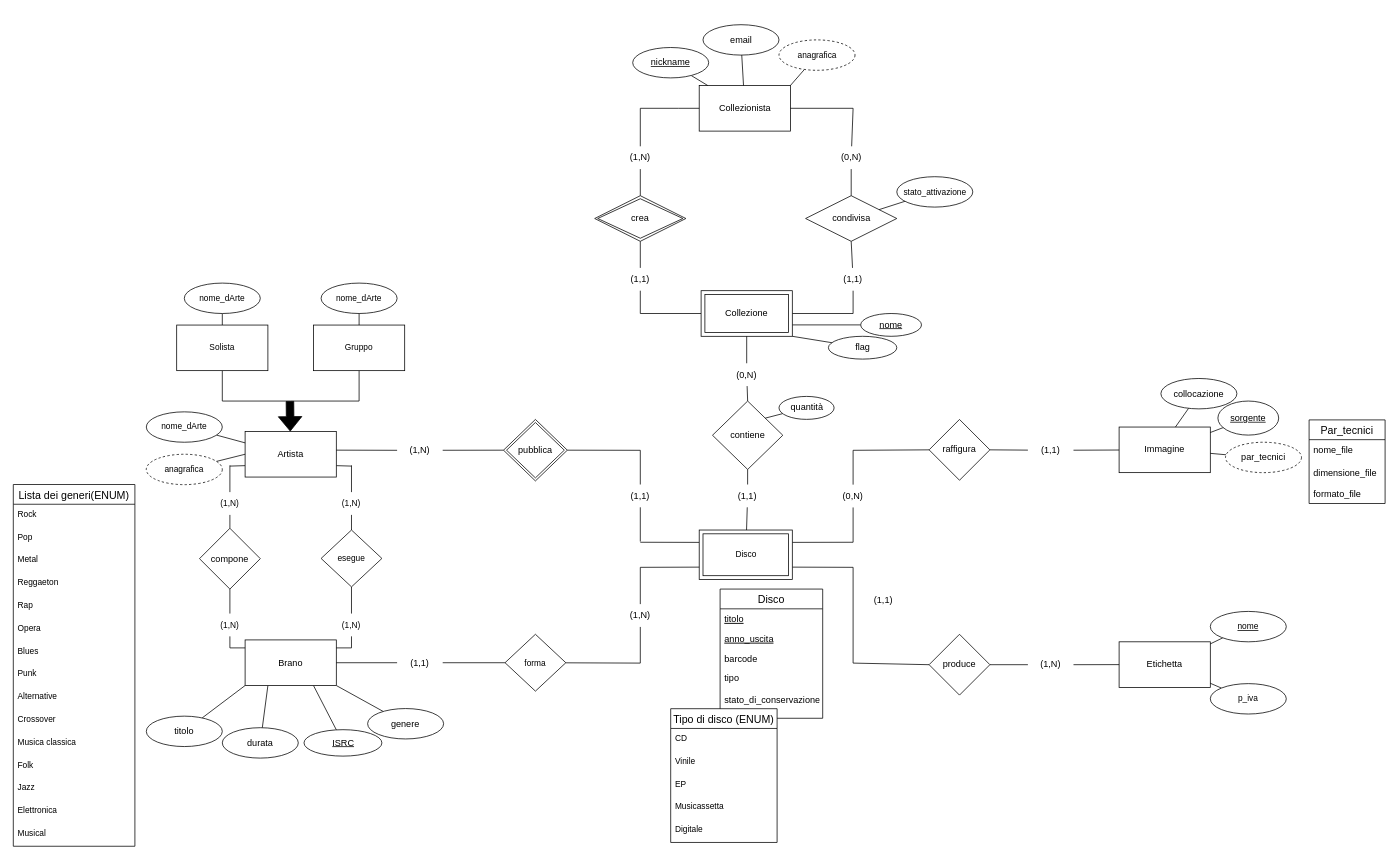
Before: page "Iniziale" (1 of 2) of Collectors_ER.drawio in jessvzz/progetto_collezionisti, a draw.io diagram. Source tidied: cells renumbered, new cells numbered last; positions are measured from the earlier drawing's top-left corner, leaving out a move shared by most shapes. Both pictures are drawn from the tidied source at 76%, with x=0, y=0 at pixel (13, 24).
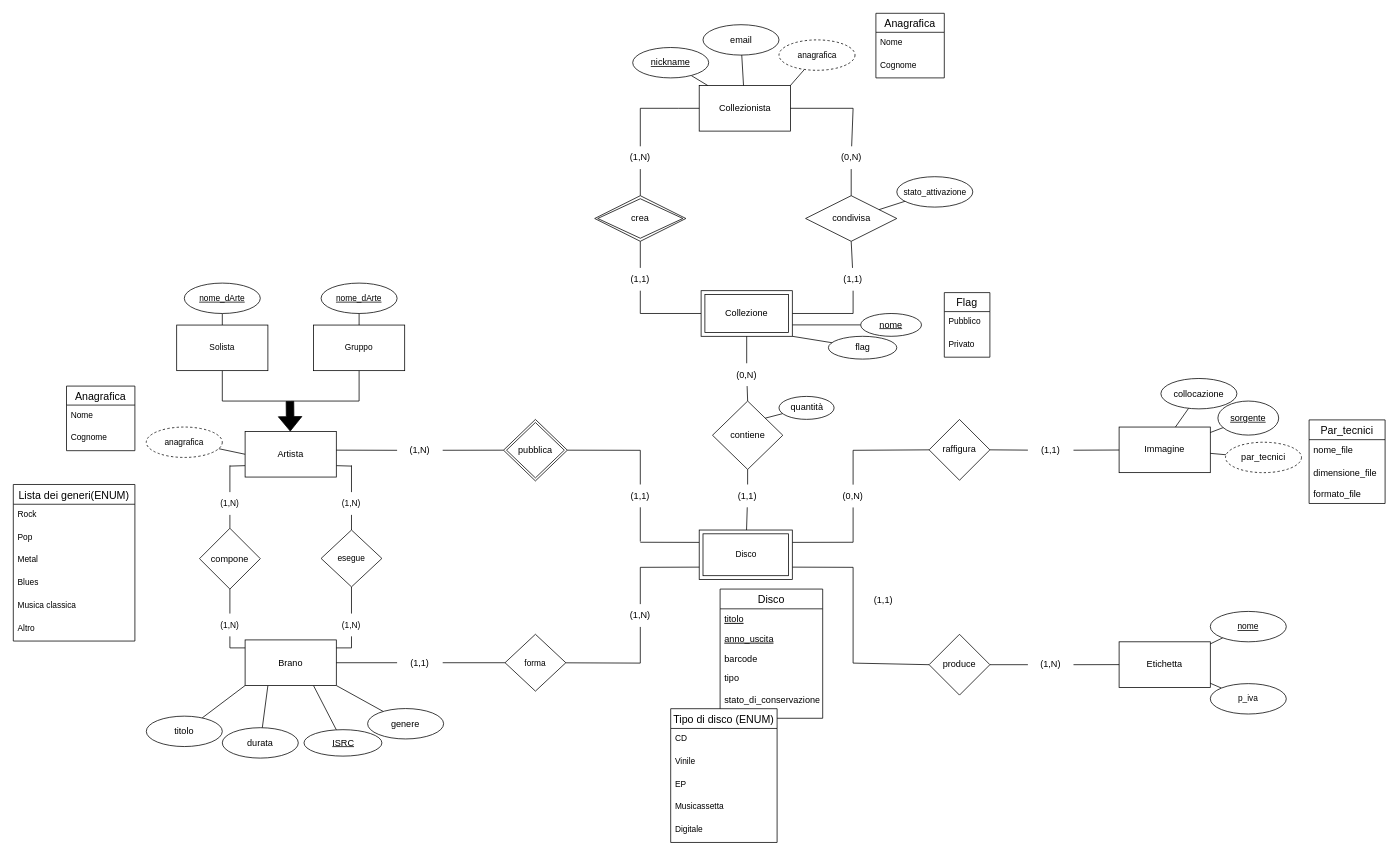
Above is the later version.

Unchanged cells that the change refers to:
```xml
<mxCell id="46" value="Artista" style="rounded=0;whiteSpace=wrap;html=1;" parent="1" vertex="1">
  <mxGeometry x="305" y="535.2" width="120" height="60" as="geometry" />
</mxCell>
```

What changed in the source:
```diff
@@
-    <mxCell id="55" value="nome_dArte" style="ellipse;whiteSpace=wrap;html=1;align=center;fontFamily=Helvetica;fontSize=11;fontColor=default;" parent="1" vertex="1">
+    <mxCell id="55" value="nome_dArte" style="ellipse;whiteSpace=wrap;html=1;align=center;fontFamily=Helvetica;fontSize=11;fontColor=default;fontStyle=4;" parent="1" vertex="1">
       <mxGeometry x="225" y="340" width="100" height="40" as="geometry" />
     </mxCell>
@@
     <mxCell id="60" value="Lista dei generi(ENUM)" style="swimlane;fontStyle=0;horizontal=1;startSize=26;align=center;fontSize=14;fontFamily=Helvetica;fontColor=default;" parent="1" vertex="1">
-      <mxGeometry y="605" width="160" height="476" as="geometry" />
+      <mxGeometry y="605" width="160" height="206" as="geometry" />
     </mxCell>
@@
-    <mxCell id="64" value="Reggaeton" style="text;strokeColor=none;fillColor=none;spacingLeft=4;spacingRight=4;overflow=hidden;fontSize=11;fontFamily=Helvetica;fontColor=default;" parent="60" vertex="1">
-      <mxGeometry y="116" width="160" height="30" as="geometry" />
-    </mxCell>
-    <mxCell id="65" value="Rap" style="text;strokeColor=none;fillColor=none;spacingLeft=4;spacingRight=4;overflow=hidden;fontSize=11;fontFamily=Helvetica;fontColor=default;" parent="60" vertex="1">
-      <mxGeometry y="146" width="160" height="30" as="geometry" />
-    </mxCell>
-    <mxCell id="66" value="Opera" style="text;strokeColor=none;fillColor=none;spacingLeft=4;spacingRight=4;overflow=hidden;fontSize=11;fontFamily=Helvetica;fontColor=default;" parent="60" vertex="1">
-      <mxGeometry y="176" width="160" height="30" as="geometry" />
-    </mxCell>
     <mxCell id="67" value="Blues" style="text;strokeColor=none;fillColor=none;spacingLeft=4;spacingRight=4;overflow=hidden;fontSize=11;fontFamily=Helvetica;fontColor=default;" parent="60" vertex="1">
-      <mxGeometry y="206" width="160" height="30" as="geometry" />
+      <mxGeometry y="116" width="160" height="30" as="geometry" />
     </mxCell>
-    <mxCell id="68" value="Punk" style="text;strokeColor=none;fillColor=none;spacingLeft=4;spacingRight=4;overflow=hidden;fontSize=11;fontFamily=Helvetica;fontColor=default;" parent="60" vertex="1">
-      <mxGeometry y="236" width="160" height="30" as="geometry" />
-    </mxCell>
-    <mxCell id="69" value="Alternative" style="text;strokeColor=none;fillColor=none;spacingLeft=4;spacingRight=4;overflow=hidden;fontSize=11;fontFamily=Helvetica;fontColor=default;" parent="60" vertex="1">
-      <mxGeometry y="266" width="160" height="30" as="geometry" />
-    </mxCell>
-    <mxCell id="70" value="Crossover" style="text;strokeColor=none;fillColor=none;spacingLeft=4;spacingRight=4;overflow=hidden;fontSize=11;fontFamily=Helvetica;fontColor=default;" parent="60" vertex="1">
-      <mxGeometry y="296" width="160" height="30" as="geometry" />
-    </mxCell>
     <mxCell id="71" value="Musica classica" style="text;strokeColor=none;fillColor=none;spacingLeft=4;spacingRight=4;overflow=hidden;fontSize=11;fontFamily=Helvetica;fontColor=default;" parent="60" vertex="1">
-      <mxGeometry y="326" width="160" height="30" as="geometry" />
+      <mxGeometry y="146" width="160" height="30" as="geometry" />
     </mxCell>
-    <mxCell id="72" value="Folk" style="text;strokeColor=none;fillColor=none;spacingLeft=4;spacingRight=4;overflow=hidden;fontSize=11;fontFamily=Helvetica;fontColor=default;" parent="60" vertex="1">
-      <mxGeometry y="356" width="160" height="30" as="geometry" />
-    </mxCell>
-    <mxCell id="73" value="Jazz" style="text;strokeColor=none;fillColor=none;spacingLeft=4;spacingRight=4;overflow=hidden;fontSize=11;fontFamily=Helvetica;fontColor=default;" parent="60" vertex="1">
-      <mxGeometry y="386" width="160" height="30" as="geometry" />
-    </mxCell>
-    <mxCell id="74" value="Elettronica" style="text;strokeColor=none;fillColor=none;spacingLeft=4;spacingRight=4;overflow=hidden;fontSize=11;fontFamily=Helvetica;fontColor=default;" parent="60" vertex="1">
-      <mxGeometry y="416" width="160" height="30" as="geometry" />
-    </mxCell>
-    <mxCell id="75" value="Musical" style="text;strokeColor=none;fillColor=none;spacingLeft=4;spacingRight=4;overflow=hidden;fontSize=11;fontFamily=Helvetica;fontColor=default;" parent="60" vertex="1">
-      <mxGeometry y="446" width="160" height="30" as="geometry" />
+    <mxCell id="75" value="Altro" style="text;strokeColor=none;fillColor=none;spacingLeft=4;spacingRight=4;overflow=hidden;fontSize=11;fontFamily=Helvetica;fontColor=default;" parent="60" vertex="1">
+      <mxGeometry y="176" width="160" height="30" as="geometry" />
     </mxCell>
@@
     <mxCell id="86" value="anagrafica" style="ellipse;whiteSpace=wrap;html=1;align=center;dashed=1;fontFamily=Helvetica;fontSize=11;fontColor=default;" parent="1" vertex="1">
-      <mxGeometry x="175" y="565.2" width="100" height="40" as="geometry" />
+      <mxGeometry x="175" y="529.4" width="100" height="40" as="geometry" />
     </mxCell>
@@
-    <mxCell id="96" value="nome_dArte" style="ellipse;whiteSpace=wrap;html=1;align=center;fontFamily=Helvetica;fontSize=11;fontColor=default;" parent="1" vertex="1">
+    <mxCell id="96" value="nome_dArte" style="ellipse;whiteSpace=wrap;html=1;align=center;fontFamily=Helvetica;fontSize=11;fontColor=default;fontStyle=4;" parent="1" vertex="1">
       <mxGeometry x="405" y="340" width="100" height="40" as="geometry" />
     </mxCell>
@@
-    <mxCell id="157" style="edgeStyle=none;shape=connector;rounded=0;sketch=0;jettySize=auto;html=1;entryX=0;entryY=0.25;entryDx=0;entryDy=0;shadow=0;labelBackgroundColor=default;strokeColor=default;fontFamily=Helvetica;fontSize=11;fontColor=default;endArrow=none;endFill=0;elbow=vertical;" parent="1" edge="1" source="158" target="46">
-      <mxGeometry relative="1" as="geometry" />
-    </mxCell>
-    <mxCell id="158" value="nome_dArte" style="ellipse;whiteSpace=wrap;html=1;align=center;fontFamily=Helvetica;fontSize=11;fontColor=default;" parent="1" vertex="1">
-      <mxGeometry x="175" y="509.4" width="100" height="40" as="geometry" />
-    </mxCell>
+    <mxCell id="159" value="Anagrafica" style="swimlane;fontStyle=0;horizontal=1;startSize=25;align=center;fontSize=14;fontFamily=Helvetica;fontColor=default;" parent="1" vertex="1">
+      <mxGeometry x="70" y="475.5" width="90" height="85" as="geometry" />
+    </mxCell>
+    <mxCell id="160" value="Nome" style="text;strokeColor=none;fillColor=none;spacingLeft=4;spacingRight=4;overflow=hidden;fontSize=11;fontFamily=Helvetica;fontColor=default;" parent="159" vertex="1">
+      <mxGeometry y="25" width="90" height="30" as="geometry" />
+    </mxCell>
+    <mxCell id="161" value="Cognome" style="text;strokeColor=none;fillColor=none;spacingLeft=4;spacingRight=4;overflow=hidden;fontSize=11;fontFamily=Helvetica;fontColor=default;" parent="159" vertex="1">
+      <mxGeometry y="55" width="90" height="30" as="geometry" />
+    </mxCell>
+    <mxCell id="162" value="Anagrafica" style="swimlane;fontStyle=0;horizontal=1;startSize=25;align=center;fontSize=14;fontFamily=Helvetica;fontColor=default;" parent="1" vertex="1">
+      <mxGeometry x="1135" y="-15" width="90" height="85" as="geometry" />
+    </mxCell>
+    <mxCell id="163" value="Nome" style="text;strokeColor=none;fillColor=none;spacingLeft=4;spacingRight=4;overflow=hidden;fontSize=11;fontFamily=Helvetica;fontColor=default;" parent="162" vertex="1">
+      <mxGeometry y="25" width="90" height="30" as="geometry" />
+    </mxCell>
+    <mxCell id="164" value="Cognome" style="text;strokeColor=none;fillColor=none;spacingLeft=4;spacingRight=4;overflow=hidden;fontSize=11;fontFamily=Helvetica;fontColor=default;" parent="162" vertex="1">
+      <mxGeometry y="55" width="90" height="30" as="geometry" />
+    </mxCell>
+    <mxCell id="165" value="Flag" style="swimlane;fontStyle=0;horizontal=1;startSize=25;align=center;fontSize=14;fontFamily=Helvetica;fontColor=default;" parent="1" vertex="1">
+      <mxGeometry x="1225" y="352.5" width="60" height="85" as="geometry" />
+    </mxCell>
+    <mxCell id="166" value="Pubblico" style="text;strokeColor=none;fillColor=none;spacingLeft=4;spacingRight=4;overflow=hidden;fontSize=11;fontFamily=Helvetica;fontColor=default;" parent="165" vertex="1">
+      <mxGeometry y="25" width="60" height="30" as="geometry" />
+    </mxCell>
+    <mxCell id="167" value="Privato" style="text;strokeColor=none;fillColor=none;spacingLeft=4;spacingRight=4;overflow=hidden;fontSize=11;fontFamily=Helvetica;fontColor=default;" parent="165" vertex="1">
+      <mxGeometry y="55" width="60" height="30" as="geometry" />
+    </mxCell>
```
